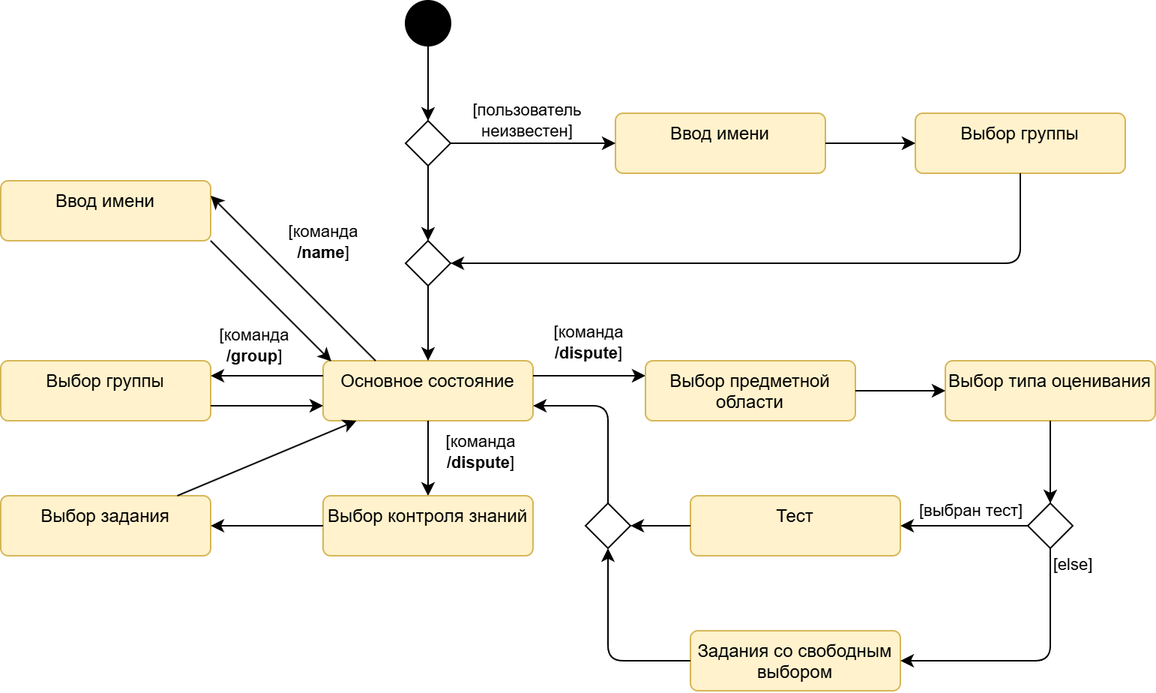
Before: docs/diagrams/state_machine.png, a diagram exported from draw.io (aVorotnikov/ontologer). Source tidied: cells renumbered, new cells last; positions are measured from the earlier drawing's top-left corner, leaving out a move shared by most shapes.
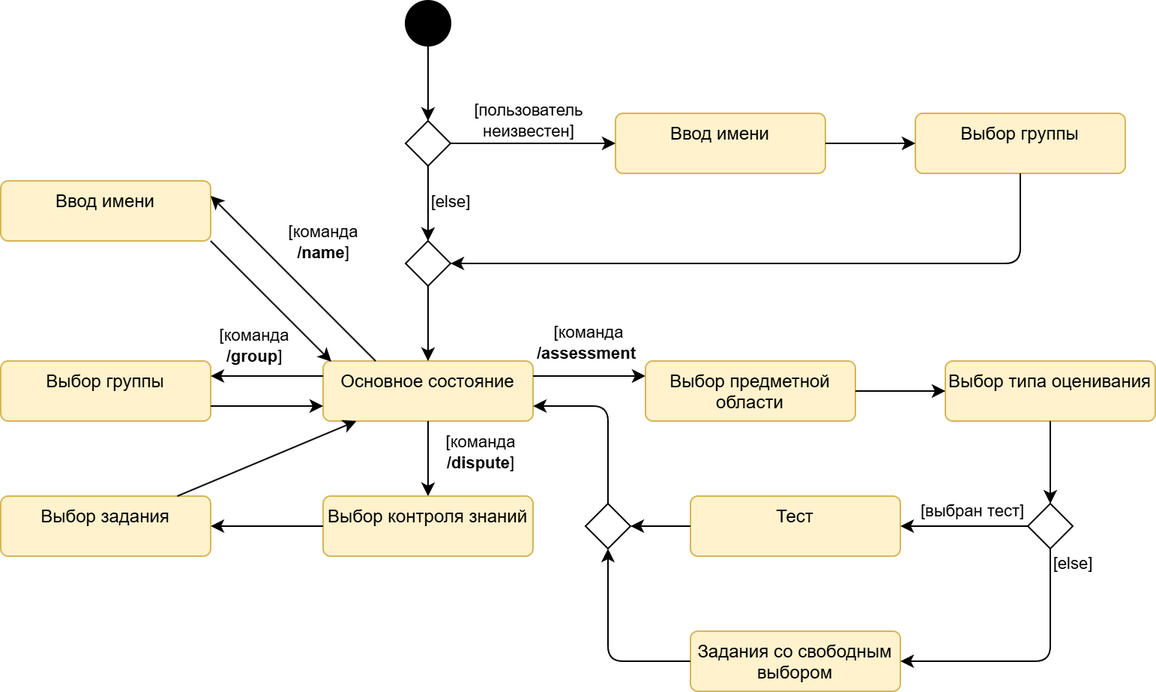
After the commit.

Commit message:
Исправлена диаграмма автомата

The edit, as a diff of the source:
```diff
@@ -44,13 +44,18 @@
     <mxCell id="13" style="endArrow=classic;html=1;rounded=1;exitX=0.5;exitY=1;exitDx=0;exitDy=0;entryX=0.5;entryY=0;entryDx=0;entryDy=0;curved=0;" parent="1" edge="1" source="4" target="14">
       <mxGeometry relative="1" as="geometry" />
     </mxCell>
+    <mxCell id="46" value="[else]" style="edgeLabel;html=1;align=center;verticalAlign=middle;" parent="13" vertex="1">
+      <mxGeometry x="-0.06" y="-1" relative="1" as="geometry">
+        <mxPoint x="16" as="offset" />
+      </mxGeometry>
+    </mxCell>
     <mxCell id="14" style="rhombus;" parent="1" vertex="1">
       <mxGeometry x="270" y="160" width="30" height="30" as="geometry" />
     </mxCell>
     <mxCell id="15" style="endArrow=classic;html=1;rounded=1;exitX=1;exitY=0.25;exitDx=0;exitDy=0;curved=0;entryX=0;entryY=0.25;entryDx=0;entryDy=0;" parent="1" edge="1" source="10" target="30">
       <mxGeometry relative="1" as="geometry" />
     </mxCell>
-    <mxCell id="16" value="[команда&lt;div&gt;&lt;span style=&quot;background-color: light-dark(#ffffff, var(--ge-dark-color, #121212)); color: light-dark(rgb(0, 0, 0), rgb(255, 255, 255));&quot;&gt;&lt;b&gt;/dispute&lt;/b&gt;]&lt;/span&gt;&lt;/div&gt;" style="edgeLabel;html=1;align=center;verticalAlign=middle;" parent="15" vertex="1">
+    <mxCell id="16" value="[команда&lt;div&gt;&lt;span style=&quot;background-color: light-dark(#ffffff, var(--ge-dark-color, #121212));&quot;&gt;&lt;b style=&quot;color: light-dark(rgb(0, 0, 0), rgb(255, 255, 255));&quot;&gt;/&lt;/b&gt;&lt;b&gt;assessment&lt;/b&gt;&lt;font color=&quot;rgba(0, 0, 0, 0)&quot;&gt;]&lt;/font&gt;&lt;/span&gt;&lt;/div&gt;" style="edgeLabel;html=1;align=center;verticalAlign=middle;" parent="15" vertex="1">
       <mxGeometry x="-0.09" y="2" relative="1" as="geometry">
         <mxPoint x="2" y="-20" as="offset" />
       </mxGeometry>
```
